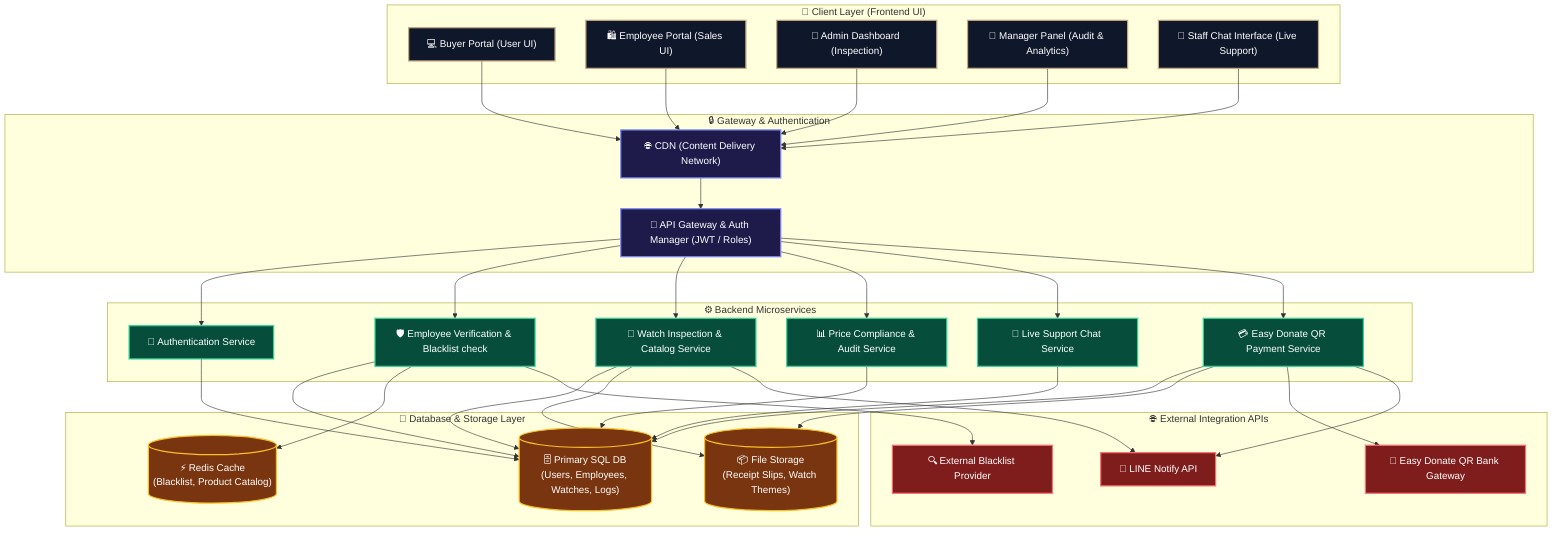
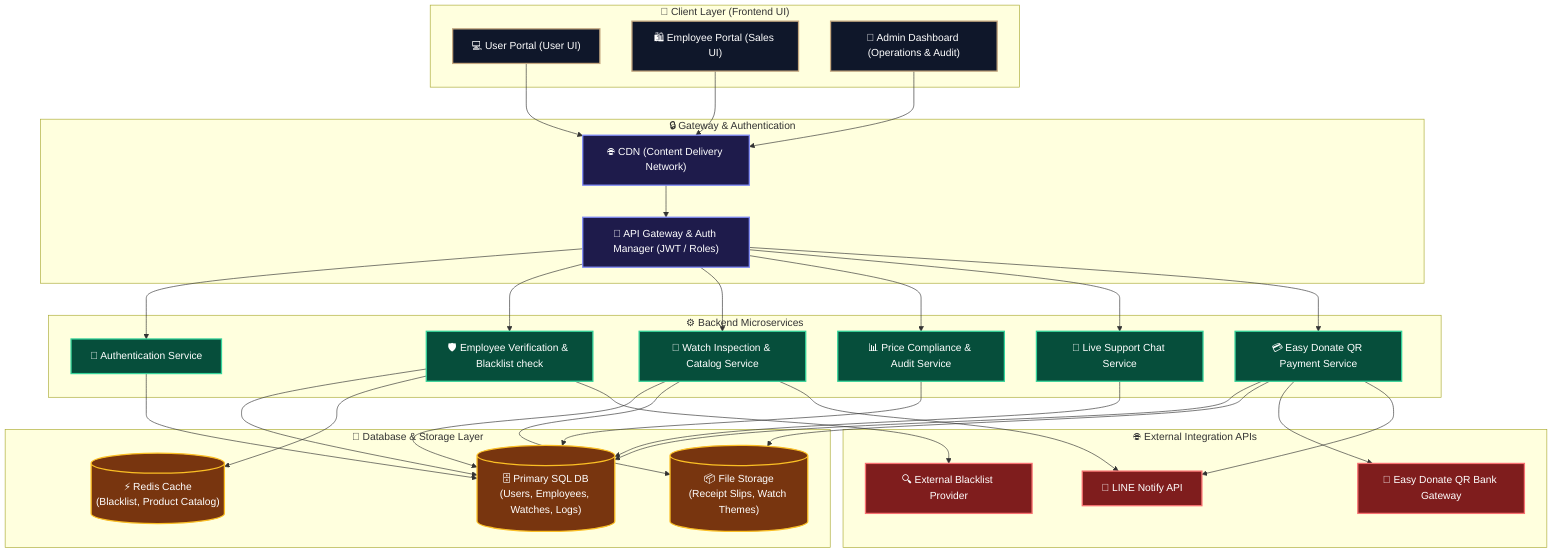
graph TB
    subgraph Client_Layer ["📱 Client Layer (Frontend UI)"]
-         A1["💻 Buyer Portal (User UI)"]
+         A1["💻 User Portal (User UI)"]
        A2["🛍️ Employee Portal (Sales UI)"]
-         A3["👑 Admin Dashboard (Inspection)"]
-         A4["👔 Manager Panel (Audit & Analytics)"]
-         A5["💬 Staff Chat Interface (Live Support)"]
+         A3["👑 Admin Dashboard (Operations & Audit)"]
    end

    subgraph Gateway_Layer ["🔒 Gateway & Authentication"]
        CDN["🌐 CDN (Content Delivery Network)"]
        GW["🔑 API Gateway & Auth Manager (JWT / Roles)"]
    end

    subgraph Backend_Layer ["⚙️ Backend Microservices"]
        AuthSvc["👤 Authentication Service"]
        VerifySvc["🛡️ Employee Verification & Blacklist check"]
        InspectSvc["🔎 Watch Inspection & Catalog Service"]
        AuditSvc["📊 Price Compliance & Audit Service"]
        ChatSvc["💬 Live Support Chat Service"]
        PaySvc["💳 Easy Donate QR Payment Service"]
    end

    subgraph Data_Layer ["💾 Database & Storage Layer"]
        SQL_DB[("🗄️ Primary SQL DB<br>(Users, Employees, Watches, Logs)")]
        Redis_DB[("⚡ Redis Cache<br>(Blacklist, Product Catalog)")]
        Storage[("📦 File Storage<br>(Receipt Slips, Watch Themes)")]
    end

    subgraph External_Services ["🌐 External Integration APIs"]
        LineAPI["💬 LINE Notify API"]
        BankAPI["📱 Easy Donate QR Bank Gateway"]
        BlacklistAPI["🔍 External Blacklist Provider"]
    end

    %% Client to Gateway Connections
-     A1 & A2 & A3 & A4 & A5 --> CDN
+     A1 & A2 & A3 --> CDN
    CDN --> GW

    %% Gateway to Microservices Connections
    GW --> AuthSvc
    GW --> VerifySvc
    GW --> InspectSvc
    GW --> AuditSvc
    GW --> ChatSvc
    GW --> PaySvc

    %% Services to Databases
    AuthSvc --> SQL_DB
    VerifySvc --> SQL_DB
    VerifySvc --> Redis_DB
    InspectSvc --> SQL_DB
    InspectSvc --> Storage
    AuditSvc --> SQL_DB
    ChatSvc --> SQL_DB
    PaySvc --> SQL_DB
    PaySvc --> Storage

    %% External APIs Trigger
    VerifySvc --> BlacklistAPI
    PaySvc --> BankAPI
    PaySvc --> LineAPI
    InspectSvc --> LineAPI

    %% Style Customization
    classDef client fill:#0f172a,stroke:#c5a880,stroke-width:2px,color:#fff;
    classDef gateway fill:#1e1b4b,stroke:#818cf8,stroke-width:2px,color:#fff;
    classDef backend fill:#064e3b,stroke:#34d399,stroke-width:2px,color:#fff;
    classDef data fill:#78350f,stroke:#fbbf24,stroke-width:2px,color:#fff;
    classDef external fill:#7f1d1d,stroke:#f87171,stroke-width:2px,color:#fff;

-     class A1,A2,A3,A4,A5 client;
+     class A1,A2,A3 client;
    class CDN,GW gateway;
    class AuthSvc,VerifySvc,InspectSvc,AuditSvc,ChatSvc,PaySvc backend;
    class SQL_DB,Redis_DB,Storage data;
    class LineAPI,BankAPI,BlacklistAPI external;
